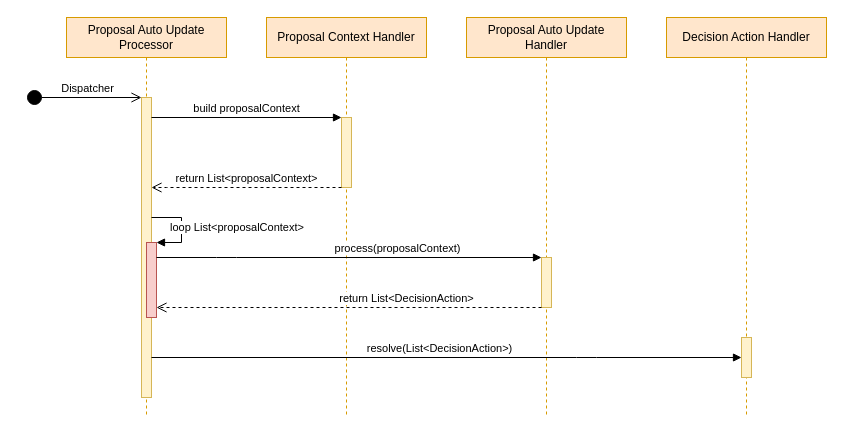
This is Proposal Update Entry Sequence Diagram.drawio from dajin-kingland/UMLdiagrams, a draw.io file, before an edit. Source tidied: cells renumbered, new cells numbered last; positions are measured from the earlier drawing's top-left corner, leaving out a move shared by most shapes. Both pictures are drawn from the tidied source at 100%, with x=0, y=0 at pixel (26, 17).
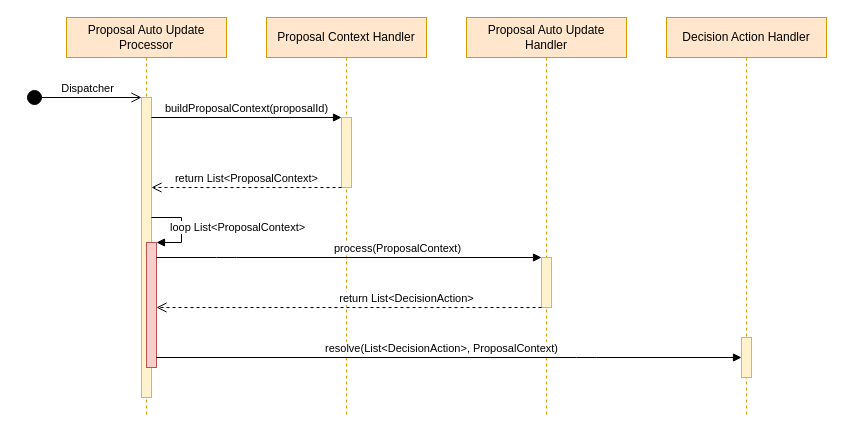
Above is the later version.

The change refers to these unchanged cells:
```xml
<mxCell id="2" value="&lt;font style=&quot;font-size: 12px&quot;&gt;Proposal Auto Update Processor&lt;/font&gt;" style="shape=umlLifeline;perimeter=lifelinePerimeter;whiteSpace=wrap;html=1;fillColor=#ffe6cc;strokeColor=#d79b00;" parent="1" vertex="1">
  <mxGeometry x="40" width="160" height="400" as="geometry" />
</mxCell>
<mxCell id="3" style="html=1;points=[];perimeter=orthogonalPerimeter;fillColor=#fff2cc;strokeColor=#d6b656;" parent="2" vertex="1">
  <mxGeometry x="75" y="80" width="10" height="300" as="geometry" />
</mxCell>
<mxCell id="7" style="html=1;points=[];perimeter=orthogonalPerimeter;fillColor=#fff2cc;strokeColor=#d6b656;" parent="6" vertex="1">
  <mxGeometry x="75" y="100" width="10" height="70" as="geometry" />
</mxCell>
<mxCell id="13" style="html=1;points=[];perimeter=orthogonalPerimeter;fillColor=#fff2cc;strokeColor=#d6b656;" parent="1" vertex="1">
  <mxGeometry x="515" y="240" width="10" height="50" as="geometry" />
</mxCell>
<mxCell id="16" style="html=1;points=[];perimeter=orthogonalPerimeter;fillColor=#fff2cc;strokeColor=#d6b656;" parent="15" vertex="1">
  <mxGeometry x="75" y="320" width="10" height="40" as="geometry" />
</mxCell>
```

The edit, as a diff of the source:
```diff
@@
     <mxCell id="4" style="html=1;points=[];perimeter=orthogonalPerimeter;fillColor=#f8cecc;strokeColor=#b85450;" parent="2" vertex="1">
-      <mxGeometry x="80" y="225" width="10" height="75" as="geometry" />
+      <mxGeometry x="80" y="225" width="10" height="125" as="geometry" />
     </mxCell>
-    <mxCell id="5" value="loop List&amp;lt;proposalContext&amp;gt;" style="edgeStyle=orthogonalEdgeStyle;html=1;align=left;spacingLeft=2;endArrow=block;rounded=0;entryX=1;entryY=0;" parent="2" edge="1" source="3" target="4">
+    <mxCell id="5" value="loop List&amp;lt;ProposalContext&amp;gt;" style="edgeStyle=orthogonalEdgeStyle;html=1;align=left;spacingLeft=2;endArrow=block;rounded=0;entryX=1;entryY=0;" parent="2" edge="1" source="3" target="4">
       <mxGeometry x="-0.62" y="-10" relative="1" as="geometry">
         <Array as="points">
           <mxPoint x="115" y="200" />
           <mxPoint x="115" y="225" />
         </Array>
       </mxGeometry>
     </mxCell>
@@
-    <mxCell id="8" value="build proposalContext" style="html=1;verticalAlign=bottom;endArrow=block;entryX=0;entryY=0;" parent="1" edge="1" source="3" target="7">
+    <mxCell id="8" value="buildProposalContext(proposalId)" style="html=1;verticalAlign=bottom;endArrow=block;entryX=0;entryY=0;" parent="1" edge="1" source="3" target="7">
       <mxGeometry relative="1" as="geometry" />
     </mxCell>
-    <mxCell id="9" value="return List&amp;lt;proposalContext&amp;gt;" style="html=1;verticalAlign=bottom;endArrow=open;dashed=1;endSize=8;" parent="1" edge="1" source="7" target="3">
+    <mxCell id="9" value="return List&amp;lt;ProposalContext&amp;gt;" style="html=1;verticalAlign=bottom;endArrow=open;dashed=1;endSize=8;" parent="1" edge="1" source="7" target="3">
       <mxGeometry relative="1" as="geometry">
         <Array as="points">
           <mxPoint x="150" y="170" />
         </Array>
       </mxGeometry>
     </mxCell>
@@
-    <mxCell id="14" value="process(proposalContext)" style="html=1;verticalAlign=bottom;endArrow=block;" parent="1" edge="1" source="4" target="13">
+    <mxCell id="14" value="process(ProposalContext)" style="html=1;verticalAlign=bottom;endArrow=block;" parent="1" edge="1" source="4" target="13">
       <mxGeometry x="0.25" relative="1" as="geometry">
         <Array as="points">
           <mxPoint x="200" y="240" />
         </Array>
       </mxGeometry>
     </mxCell>
@@
-    <mxCell id="18" style="html=1;verticalAlign=bottom;endArrow=block;" parent="1" edge="1" source="3" target="16">
+    <mxCell id="18" style="html=1;verticalAlign=bottom;endArrow=block;" parent="1" edge="1" source="4" target="16">
       <mxGeometry relative="1" as="geometry">
         <Array as="points">
           <mxPoint x="560" y="340" />
         </Array>
       </mxGeometry>
     </mxCell>
-    <mxCell id="19" value="resolve(List&amp;lt;DecisionAction&amp;gt;)" style="edgeLabel;html=1;align=center;verticalAlign=middle;" parent="18" vertex="1">
+    <mxCell id="19" value="resolve(List&amp;lt;DecisionAction&amp;gt;, ProposalContext)" style="edgeLabel;html=1;align=center;verticalAlign=middle;" parent="18" vertex="1">
       <mxGeometry x="-0.13" y="1" relative="1" as="geometry">
         <mxPoint x="30" y="-9" as="offset" />
       </mxGeometry>
     </mxCell>
```
